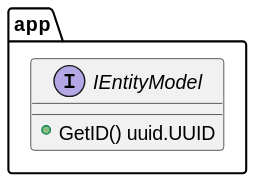
Before: docs/plantuml/interfaces/IEntityModel.svg, a diagram exported from PlantUML (lf-edge/rol). Its diagram source:
```plantuml
@startuml IEntityModel

package app {
    interface IEntityModel {
        +GetID() uuid.UUID
    }
}

@enduml
```
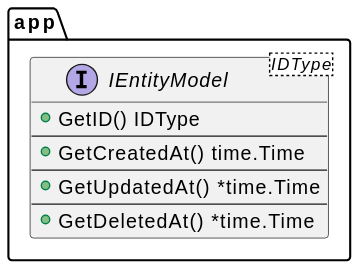
After the commit.

The edit, as a diff of the source:
```diff
@@ -1,8 +1,14 @@
 @startuml IEntityModel
 
 package app {
-    interface IEntityModel {
-        +GetID() uuid.UUID
+    interface IEntityModel<IDType> {
+        +GetID() IDType
+        --
+        +GetCreatedAt() time.Time
+        --
+        +GetUpdatedAt() *time.Time
+        --
+        +GetDeletedAt() *time.Time
     }
 }
 
```
